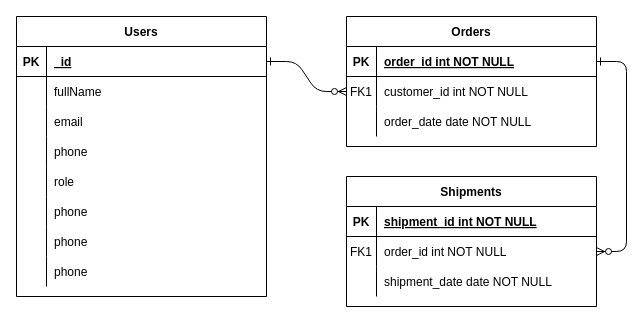
Above: Untitled Diagram.drawio in ajfahim/kitchenrack-backend (draw.io), before the change. Source tidied: cells renumbered, new cells numbered last; positions are measured from the earlier drawing's top-left corner, leaving out a move shared by most shapes. Both pictures are drawn from the tidied source at 100%, with x=0, y=0 at pixel (16, 16).
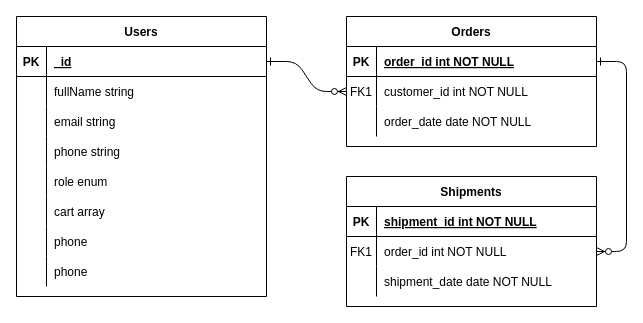
The same page after the edit.

Unchanged cells that the change refers to:
```xml
<mxCell id="28" style="shape=partialRectangle;fillColor=none;top=0;left=0;right=0;bottom=0;" parent="24" vertex="1">
  <mxGeometry y="60" width="250" height="30" as="geometry" />
</mxCell>
<mxCell id="31" style="shape=partialRectangle;fillColor=none;top=0;left=0;right=0;bottom=0;" parent="24" vertex="1">
  <mxGeometry y="90" width="250" height="30" as="geometry" />
</mxCell>
<mxCell id="34" style="shape=partialRectangle;fillColor=none;top=0;left=0;right=0;bottom=0;" parent="24" vertex="1">
  <mxGeometry y="120" width="250" height="30" as="geometry" />
</mxCell>
<mxCell id="37" style="shape=partialRectangle;fillColor=none;top=0;left=0;right=0;bottom=0;" parent="24" vertex="1">
  <mxGeometry y="150" width="250" height="30" as="geometry" />
</mxCell>
<mxCell id="40" style="shape=partialRectangle;fillColor=none;top=0;left=0;right=0;bottom=0;" parent="24" vertex="1">
  <mxGeometry y="180" width="250" height="30" as="geometry" />
</mxCell>
```

Change to the diagram source:
```diff
@@
-    <mxCell id="30" value="fullName" style="shape=partialRectangle;overflow=hidden;fillColor=none;top=0;left=0;bottom=0;right=0;align=left;spacingLeft=6;" parent="28" vertex="1">
+    <mxCell id="30" value="fullName string" style="shape=partialRectangle;overflow=hidden;fillColor=none;top=0;left=0;bottom=0;right=0;align=left;spacingLeft=6;" parent="28" vertex="1">
       <mxGeometry x="30" width="220" height="30" as="geometry" />
     </mxCell>
@@
-    <mxCell id="33" value="email" style="shape=partialRectangle;overflow=hidden;fillColor=none;top=0;left=0;bottom=0;right=0;align=left;spacingLeft=6;" parent="31" vertex="1">
+    <mxCell id="33" value="email string" style="shape=partialRectangle;overflow=hidden;fillColor=none;top=0;left=0;bottom=0;right=0;align=left;spacingLeft=6;" parent="31" vertex="1">
       <mxGeometry x="30" width="220" height="30" as="geometry" />
     </mxCell>
@@
-    <mxCell id="36" value="phone" style="shape=partialRectangle;overflow=hidden;fillColor=none;top=0;left=0;bottom=0;right=0;align=left;spacingLeft=6;" parent="34" vertex="1">
+    <mxCell id="36" value="phone string" style="shape=partialRectangle;overflow=hidden;fillColor=none;top=0;left=0;bottom=0;right=0;align=left;spacingLeft=6;" parent="34" vertex="1">
       <mxGeometry x="30" width="220" height="30" as="geometry" />
     </mxCell>
@@
-    <mxCell id="39" value="role" style="shape=partialRectangle;overflow=hidden;fillColor=none;top=0;left=0;bottom=0;right=0;align=left;spacingLeft=6;" parent="37" vertex="1">
+    <mxCell id="39" value="role enum" style="shape=partialRectangle;overflow=hidden;fillColor=none;top=0;left=0;bottom=0;right=0;align=left;spacingLeft=6;" parent="37" vertex="1">
       <mxGeometry x="30" width="220" height="30" as="geometry" />
     </mxCell>
@@
-    <mxCell id="42" value="phone" style="shape=partialRectangle;overflow=hidden;fillColor=none;top=0;left=0;bottom=0;right=0;align=left;spacingLeft=6;" parent="40" vertex="1">
+    <mxCell id="42" value="cart array" style="shape=partialRectangle;overflow=hidden;fillColor=none;top=0;left=0;bottom=0;right=0;align=left;spacingLeft=6;" parent="40" vertex="1">
       <mxGeometry x="30" width="220" height="30" as="geometry" />
     </mxCell>
```
